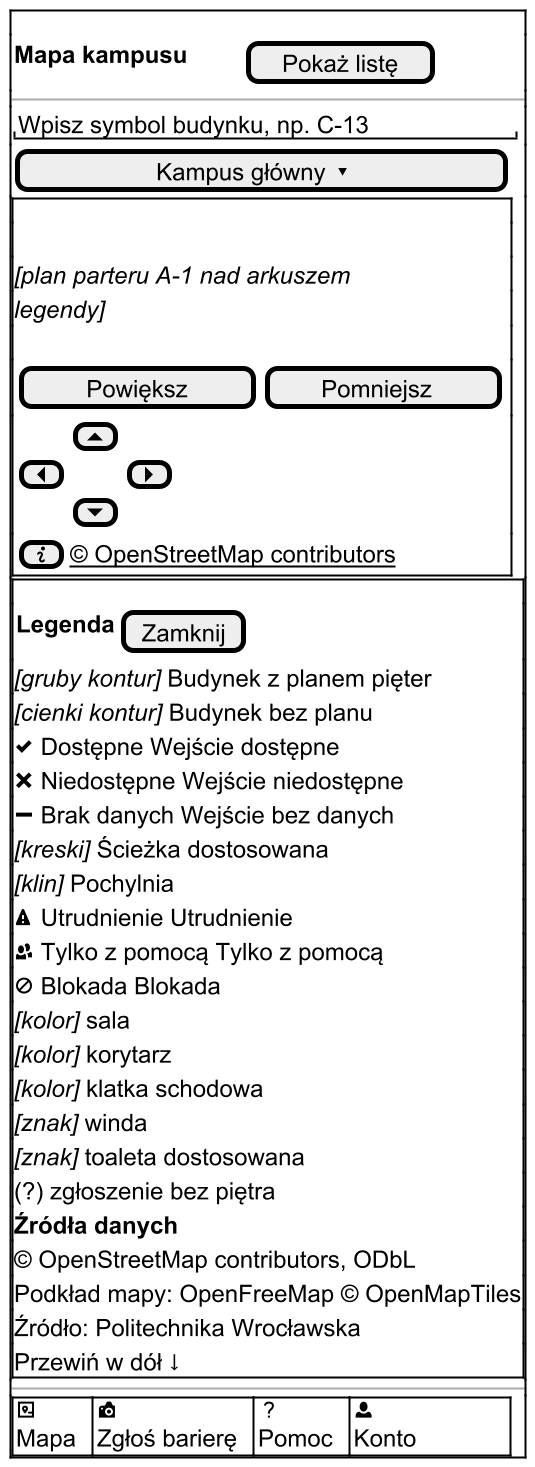
This is docs/docs/_generated/m-v1-mapa-plan-legenda.png from dostepny-kampus/dostepny-kampus, a PlantUML export, as it was before one commit.
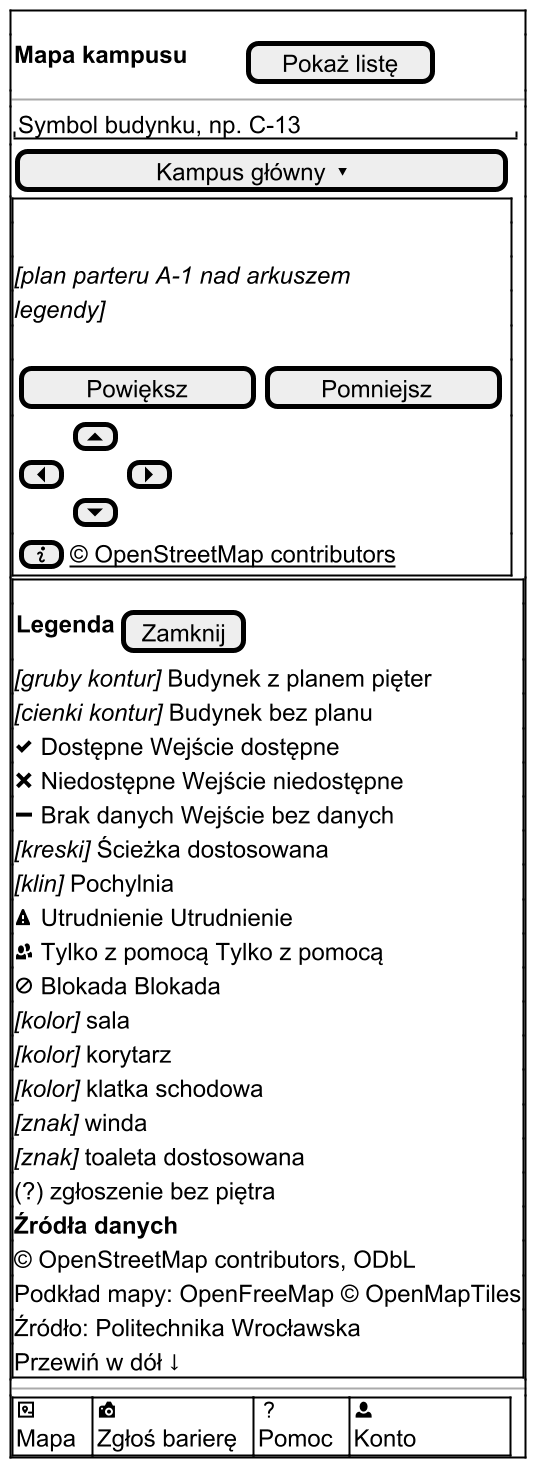
The same diagram one commit later.

The edit, as a diff of the source:
```diff
@@ -5,7 +5,7 @@
 !include _odwiedzajacy.iuml
 $ekran_poczatek()
 $naglowek_mapy("Pokaż listę")
-$pole_tekstowe("Wpisz symbol budynku, np. C-13")
+$pole_tekstowe("Symbol budynku, np. C-13")
 $przycisk("Kampus główny ▾")
 $mapa("plan parteru A-1 nad arkuszem legendy", "", "info")
 $ramka()
```
